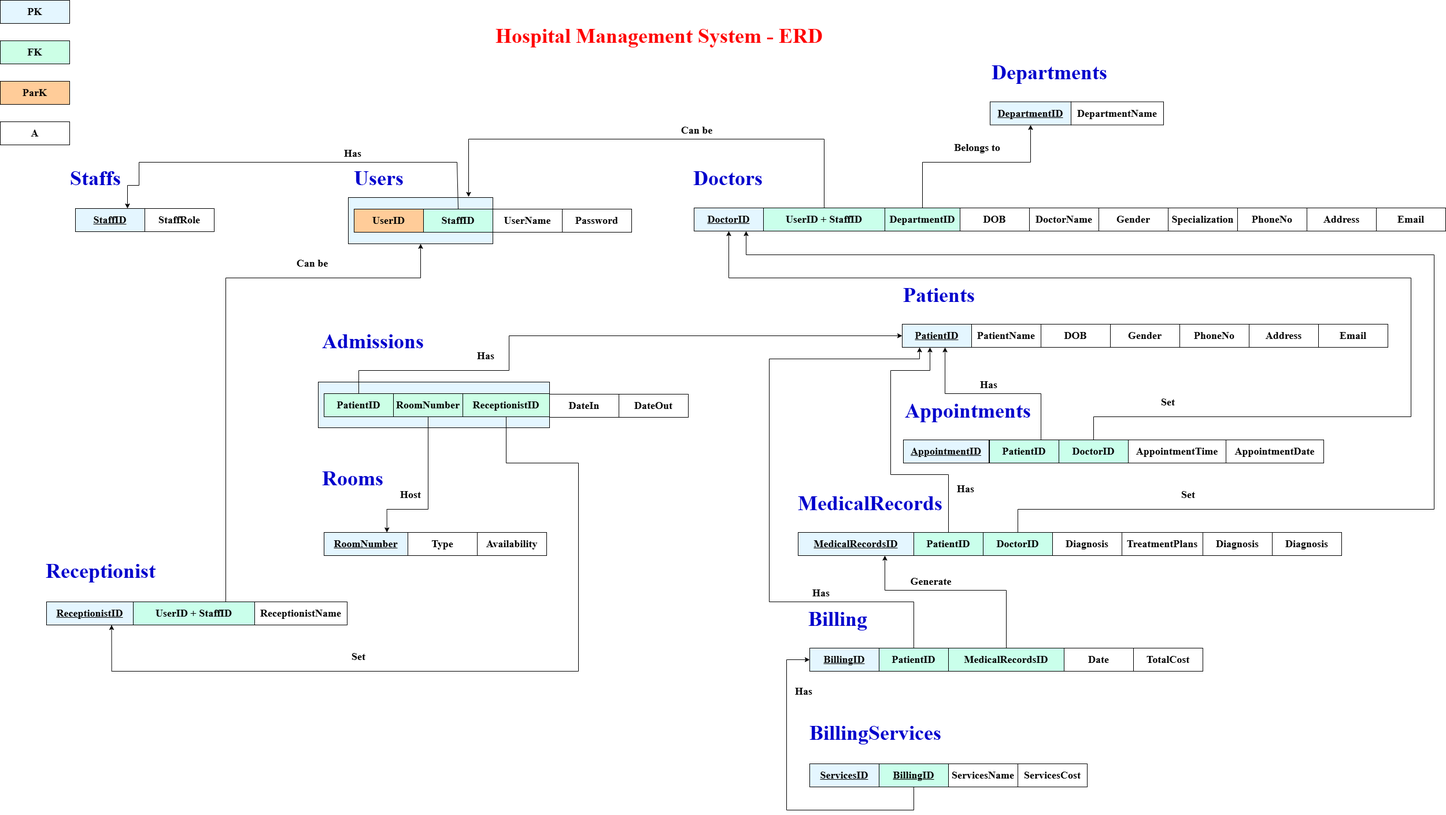
Before: Images/_HospitalManagementSystemMapping.png, a diagram exported from draw.io (rahmaAlmamari/HospitalManagementSystem). Source tidied: cells renumbered, new cells last; positions are measured from the earlier drawing's top-left corner, leaving out a move shared by most shapes.
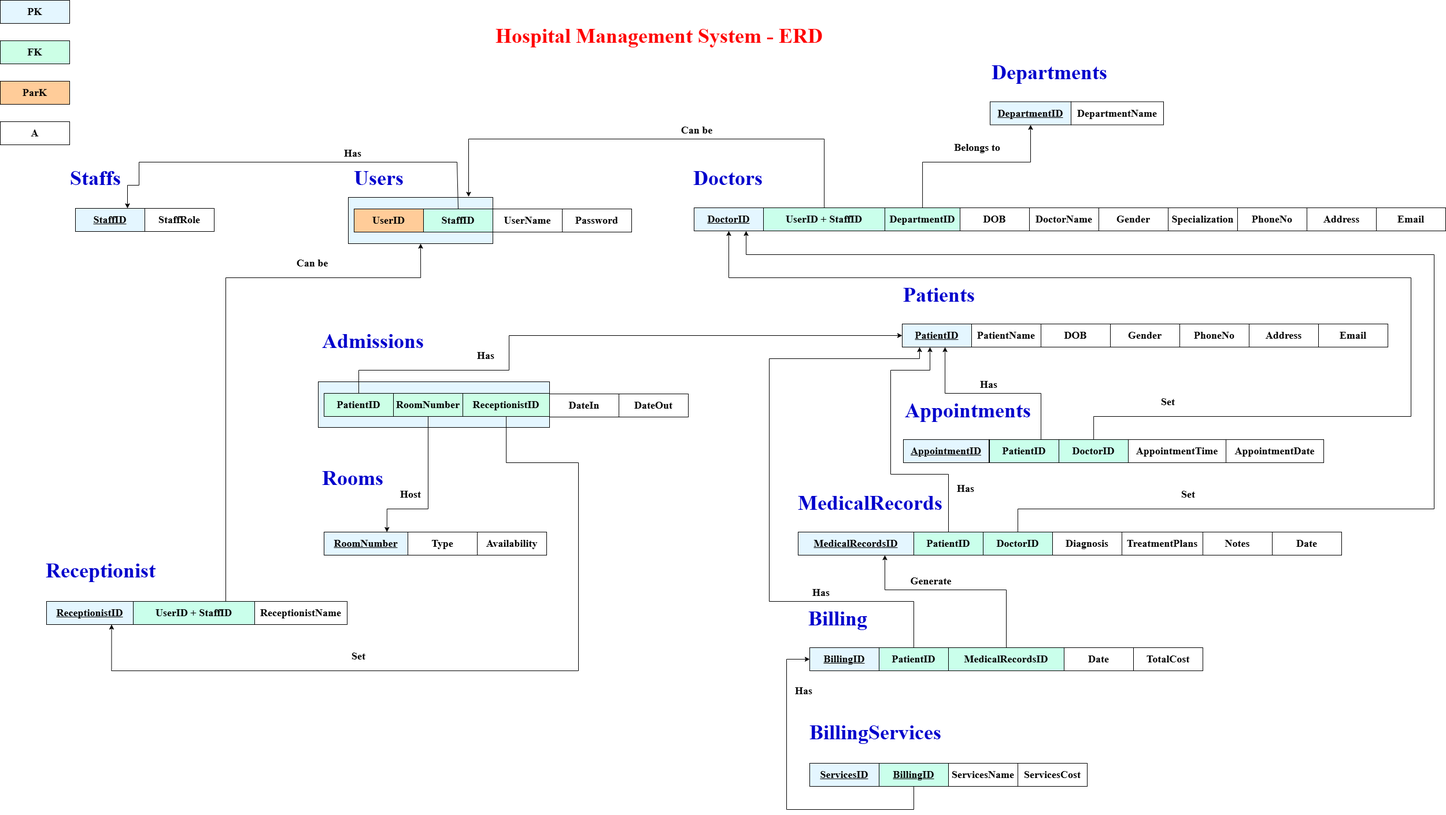
The same file after the commit.

Commit message:
Modfiy the mapping solution

Change to the diagram source:
```diff
@@ -206,10 +206,10 @@
     <mxCell id="59" value="&lt;b style=&quot;font-family: &amp;quot;Times New Roman&amp;quot;;&quot;&gt;&lt;font style=&quot;font-size: 18px;&quot;&gt;Diagnosis&lt;/font&gt;&lt;/b&gt;" style="whiteSpace=wrap;html=1;align=center;" parent="1" vertex="1">
       <mxGeometry x="1820" y="920" width="120" height="40" as="geometry" />
     </mxCell>
-    <mxCell id="60" value="&lt;b style=&quot;font-family: &amp;quot;Times New Roman&amp;quot;;&quot;&gt;&lt;font style=&quot;font-size: 18px;&quot;&gt;Diagnosis&lt;/font&gt;&lt;/b&gt;" style="whiteSpace=wrap;html=1;align=center;" parent="1" vertex="1">
+    <mxCell id="60" value="&lt;b style=&quot;font-family: &amp;quot;Times New Roman&amp;quot;;&quot;&gt;&lt;font style=&quot;font-size: 18px;&quot;&gt;Date&lt;/font&gt;&lt;/b&gt;" style="whiteSpace=wrap;html=1;align=center;" parent="1" vertex="1">
       <mxGeometry x="2200" y="920" width="120" height="40" as="geometry" />
     </mxCell>
-    <mxCell id="61" value="&lt;b style=&quot;font-family: &amp;quot;Times New Roman&amp;quot;;&quot;&gt;&lt;font style=&quot;font-size: 18px;&quot;&gt;Diagnosis&lt;/font&gt;&lt;/b&gt;" style="whiteSpace=wrap;html=1;align=center;" parent="1" vertex="1">
+    <mxCell id="61" value="&lt;b style=&quot;font-family: &amp;quot;Times New Roman&amp;quot;;&quot;&gt;&lt;font style=&quot;font-size: 18px;&quot;&gt;Notes&lt;/font&gt;&lt;/b&gt;" style="whiteSpace=wrap;html=1;align=center;" parent="1" vertex="1">
       <mxGeometry x="2080" y="920" width="120" height="40" as="geometry" />
     </mxCell>
     <mxCell id="62" value="&lt;b style=&quot;font-family: &amp;quot;Times New Roman&amp;quot;;&quot;&gt;&lt;font style=&quot;font-size: 18px;&quot;&gt;TreatmentPlans&lt;/font&gt;&lt;/b&gt;" style="whiteSpace=wrap;html=1;align=center;" parent="1" vertex="1">
```
